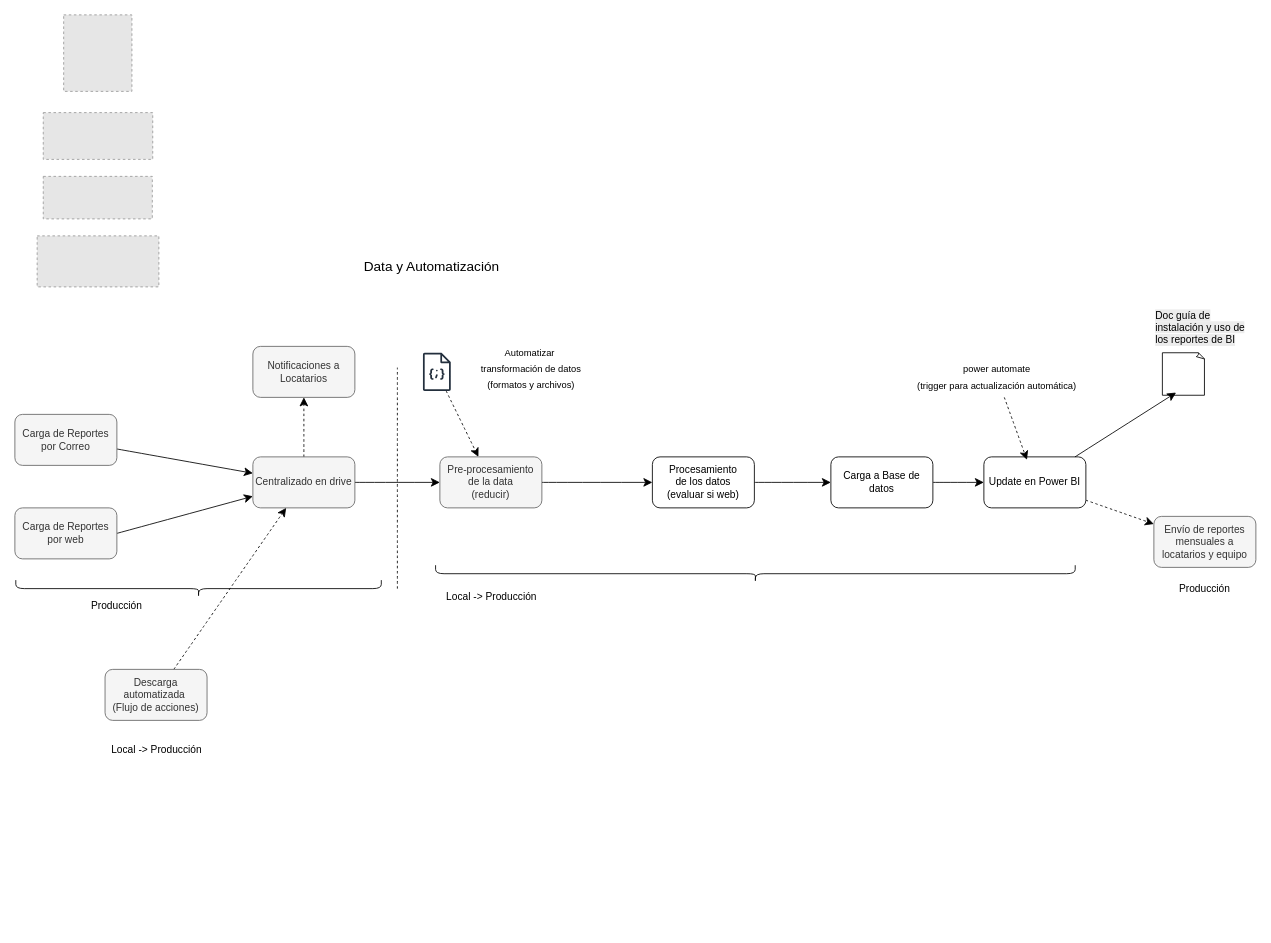
Before: Diagrama sin título.drawio in germanhyt/001_architect_projects, a draw.io diagram. Source tidied: cells renumbered, new cells numbered last; positions are measured from the earlier drawing's top-left corner, leaving out a move shared by most shapes. Both pictures are drawn from the tidied source at 85%, with x=0, y=0 at pixel (14, 14). Pictures stored in the file or linked from it are replaced by grey dashed boxes.
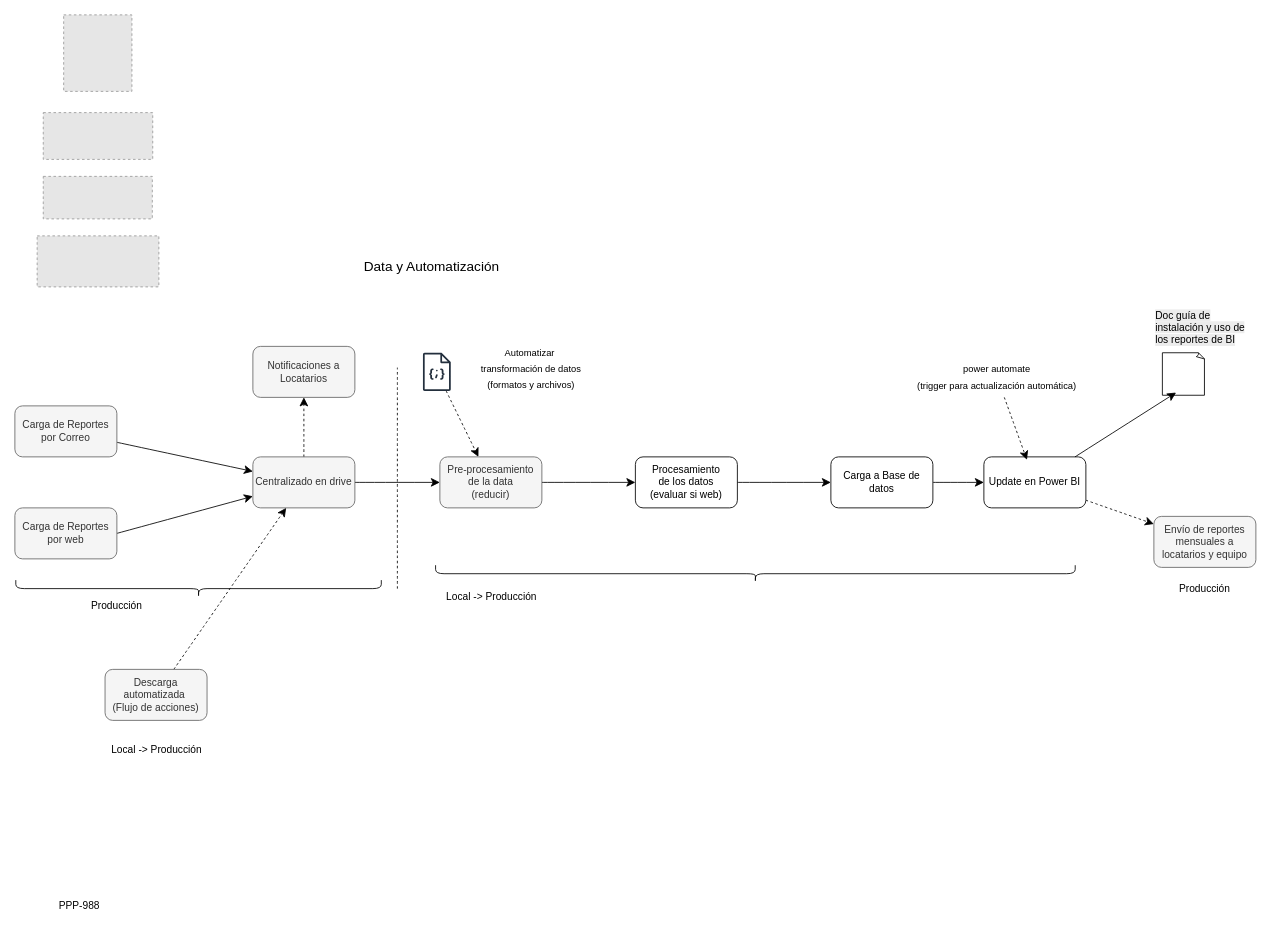
The same diagram, later.

What changed in the source:
```diff
@@
     <mxCell id="10" value="Carga de Reportes por Correo" style="rounded=1;whiteSpace=wrap;html=1;fillColor=#f5f5f5;fontColor=#333333;strokeColor=#666666;" parent="1" vertex="1">
-      <mxGeometry y="470" width="120" height="60" as="geometry" />
+      <mxGeometry y="460" width="120" height="60" as="geometry" />
     </mxCell>
@@
     <mxCell id="19" value="Procesamiento&lt;div&gt;de los datos&lt;/div&gt;&lt;div&gt;(evaluar si web)&lt;/div&gt;" style="rounded=1;whiteSpace=wrap;html=1;" parent="1" vertex="1">
-      <mxGeometry x="750" y="520" width="120" height="60" as="geometry" />
+      <mxGeometry x="730" y="520" width="120" height="60" as="geometry" />
     </mxCell>
@@
+    <mxCell id="41" value="PPP-988" style="text;whiteSpace=wrap;" parent="1" vertex="1">
+      <mxGeometry x="50" y="1033.8" width="80" height="40" as="geometry" />
+    </mxCell>
```
